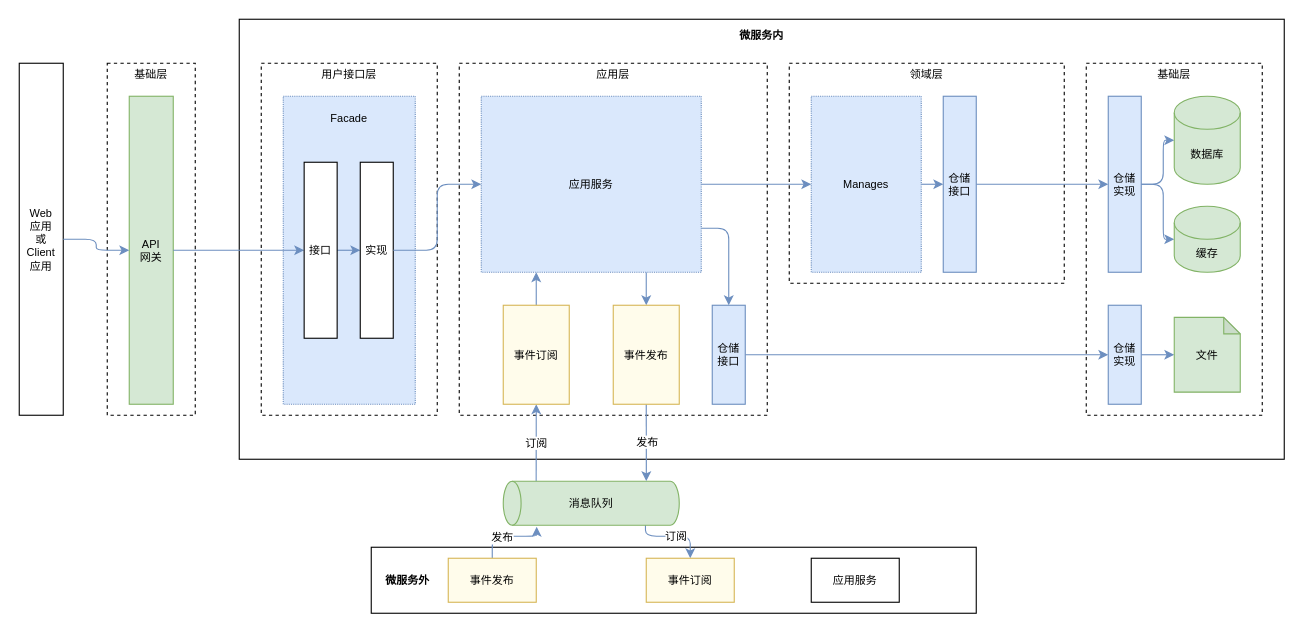
Earlier version of the draw.io diagram leyan/policy/Policy系统分层设计图2.drawio (GeekKwok/UML). Source tidied: cells renumbered, new cells numbered last; positions are measured from the earlier drawing's top-left corner, leaving out a move shared by most shapes. Both pictures are drawn from the tidied source at 110%, with x=0, y=0 at pixel (19, 19).
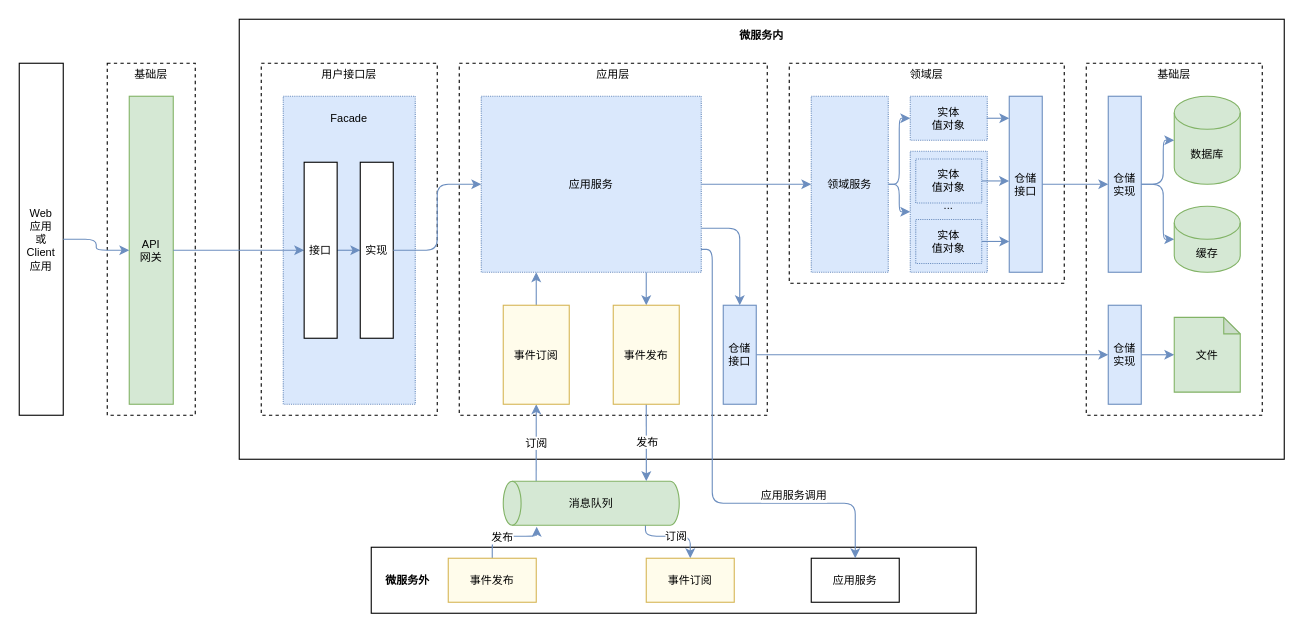
Above is the later version.

Commit message (it also covers changes not shown here):
Update Policy系统分层设计图2.drawio

Unchanged cells that the change refers to:
```xml
<mxCell id="16" value="应用服务" style="rounded=0;whiteSpace=wrap;html=1;fontSize=10;fillColor=#dae8fc;strokeColor=#6c8ebf;dashed=1;dashPattern=1 1;" parent="1" vertex="1">
  <mxGeometry x="420" y="70" width="200" height="160" as="geometry" />
</mxCell>
<mxCell id="46" value="应用服务" style="rounded=0;whiteSpace=wrap;html=1;fontSize=10;sketch=0;" parent="1" vertex="1">
  <mxGeometry x="720" y="490" width="80" height="40" as="geometry" />
</mxCell>
```

Diff of the diagram source:
```diff
@@
+    <mxCell id="4" value="&lt;b&gt;微服务内&lt;/b&gt;&lt;br&gt;&lt;br&gt;&lt;br&gt;&lt;br&gt;&lt;br&gt;&lt;br&gt;&lt;br&gt;&lt;br&gt;&lt;br&gt;&lt;br&gt;&lt;br&gt;&lt;br&gt;&lt;br&gt;&lt;br&gt;&lt;br&gt;&lt;br&gt;&lt;br&gt;&lt;br&gt;&lt;br&gt;&lt;br&gt;&lt;br&gt;&lt;br&gt;&lt;br&gt;&lt;br&gt;&lt;br&gt;&lt;br&gt;&lt;br&gt;&lt;br&gt;&lt;br&gt;&lt;br&gt;&lt;br&gt;&lt;br&gt;" style="rounded=0;whiteSpace=wrap;html=1;fontSize=10;sketch=0;shadow=0;" parent="1" vertex="1">
+      <mxGeometry x="200" width="950" height="400" as="geometry" />
+    </mxCell>
+    <mxCell id="9" value="领域层&lt;br&gt;&lt;br&gt;&lt;br&gt;&lt;br&gt;&lt;br&gt;&lt;br&gt;&lt;br&gt;&lt;br style=&quot;font-size: 10px&quot;&gt;&lt;br style=&quot;font-size: 10px&quot;&gt;&lt;br style=&quot;font-size: 10px&quot;&gt;&lt;br style=&quot;font-size: 10px&quot;&gt;&lt;br style=&quot;font-size: 10px&quot;&gt;&lt;br style=&quot;font-size: 10px&quot;&gt;&lt;br&gt;&lt;br&gt;&lt;br style=&quot;font-size: 10px&quot;&gt;" style="rounded=0;whiteSpace=wrap;html=1;fontSize=10;dashed=1;" parent="1" vertex="1">
+      <mxGeometry x="700" y="40" width="250" height="200" as="geometry" />
+    </mxCell>
+    <mxCell id="52" value="...&lt;br&gt;&lt;br&gt;" style="rounded=0;whiteSpace=wrap;html=1;fontSize=10;fillColor=#dae8fc;strokeColor=#6c8ebf;dashed=1;dashPattern=1 1;" parent="1" vertex="1">
+      <mxGeometry x="810" y="120" width="70" height="110" as="geometry" />
+    </mxCell>
@@
-    <mxCell id="4" value="&lt;b&gt;微服务内&lt;/b&gt;&lt;br&gt;&lt;br&gt;&lt;br&gt;&lt;br&gt;&lt;br&gt;&lt;br&gt;&lt;br&gt;&lt;br&gt;&lt;br&gt;&lt;br&gt;&lt;br&gt;&lt;br&gt;&lt;br&gt;&lt;br&gt;&lt;br&gt;&lt;br&gt;&lt;br&gt;&lt;br&gt;&lt;br&gt;&lt;br&gt;&lt;br&gt;&lt;br&gt;&lt;br&gt;&lt;br&gt;&lt;br&gt;&lt;br&gt;&lt;br&gt;&lt;br&gt;&lt;br&gt;&lt;br&gt;&lt;br&gt;&lt;br&gt;" style="rounded=0;whiteSpace=wrap;html=1;fontSize=10;sketch=0;shadow=0;" parent="1" vertex="1">
-      <mxGeometry x="200" width="950" height="400" as="geometry" />
-    </mxCell>
@@
-    <mxCell id="9" value="领域层&lt;br&gt;&lt;br&gt;&lt;br&gt;&lt;br&gt;&lt;br&gt;&lt;br&gt;&lt;br&gt;&lt;br style=&quot;font-size: 10px&quot;&gt;&lt;br style=&quot;font-size: 10px&quot;&gt;&lt;br style=&quot;font-size: 10px&quot;&gt;&lt;br style=&quot;font-size: 10px&quot;&gt;&lt;br style=&quot;font-size: 10px&quot;&gt;&lt;br style=&quot;font-size: 10px&quot;&gt;&lt;br&gt;&lt;br&gt;&lt;br style=&quot;font-size: 10px&quot;&gt;" style="rounded=0;whiteSpace=wrap;html=1;fontSize=10;dashed=1;" parent="1" vertex="1">
-      <mxGeometry x="700" y="40" width="250" height="200" as="geometry" />
-    </mxCell>
@@
     <mxCell id="18" value="仓储接口" style="rounded=0;whiteSpace=wrap;html=1;fontSize=10;fillColor=#dae8fc;strokeColor=#6c8ebf;" parent="1" vertex="1">
-      <mxGeometry x="630" y="260" width="30" height="90" as="geometry" />
+      <mxGeometry x="640" y="260" width="30" height="90" as="geometry" />
     </mxCell>
-    <mxCell id="19" style="edgeStyle=orthogonalEdgeStyle;rounded=1;jettySize=auto;html=1;exitX=1;exitY=0.5;exitDx=0;exitDy=0;entryX=0;entryY=0.5;entryDx=0;entryDy=0;fontSize=10;startArrow=none;startFill=0;fillColor=#dae8fc;strokeColor=#6c8ebf;" parent="1" edge="1" source="20" target="22">
-      <mxGeometry relative="1" as="geometry" />
-    </mxCell>
+    <mxCell id="53" style="edgeStyle=orthogonalEdgeStyle;rounded=1;jettySize=auto;html=1;exitX=1;exitY=0.5;exitDx=0;exitDy=0;entryX=0;entryY=0.5;entryDx=0;entryDy=0;endArrow=classic;endFill=1;fillColor=#dae8fc;strokeColor=#6c8ebf;" parent="1" edge="1" source="20" target="52">
+      <mxGeometry relative="1" as="geometry">
+        <Array as="points">
+          <mxPoint x="800" y="150" />
+          <mxPoint x="800" y="175" />
+        </Array>
+      </mxGeometry>
+    </mxCell>
-    <mxCell id="20" value="Manages" style="rounded=0;whiteSpace=wrap;html=1;fontSize=10;fillColor=#dae8fc;strokeColor=#6c8ebf;dashed=1;dashPattern=1 1;" parent="1" vertex="1">
-      <mxGeometry x="720" y="70" width="100" height="160" as="geometry" />
+    <mxCell id="20" value="领域服务" style="rounded=0;whiteSpace=wrap;html=1;fontSize=10;fillColor=#dae8fc;strokeColor=#6c8ebf;dashed=1;dashPattern=1 1;" parent="1" vertex="1">
+      <mxGeometry x="720" y="70" width="70" height="160" as="geometry" />
     </mxCell>
@@
     <mxCell id="22" value="仓储接口" style="rounded=0;whiteSpace=wrap;html=1;fontSize=10;fillColor=#dae8fc;strokeColor=#6c8ebf;" parent="1" vertex="1">
-      <mxGeometry x="840" y="70" width="30" height="160" as="geometry" />
+      <mxGeometry x="900" y="70" width="30" height="160" as="geometry" />
     </mxCell>
@@
+    <mxCell id="54" value="实体&lt;br&gt;值对象" style="rounded=0;whiteSpace=wrap;html=1;fontSize=10;fillColor=#dae8fc;strokeColor=#6c8ebf;dashed=1;dashPattern=1 1;" parent="1" vertex="1">
+      <mxGeometry x="810" y="70" width="70" height="40" as="geometry" />
+    </mxCell>
+    <mxCell id="55" value="实体&lt;br&gt;值对象" style="rounded=0;whiteSpace=wrap;html=1;fontSize=10;fillColor=#dae8fc;strokeColor=#6c8ebf;dashed=1;dashPattern=1 1;" parent="1" vertex="1">
+      <mxGeometry x="815" y="127" width="60" height="40" as="geometry" />
+    </mxCell>
+    <mxCell id="56" style="edgeStyle=orthogonalEdgeStyle;rounded=1;jettySize=auto;html=1;exitX=1;exitY=0.5;exitDx=0;exitDy=0;entryX=0;entryY=0.5;entryDx=0;entryDy=0;fontSize=10;startArrow=none;startFill=0;fillColor=#dae8fc;strokeColor=#6c8ebf;endArrow=classic;endFill=1;" parent="1" edge="1" source="20" target="54">
+      <mxGeometry relative="1" as="geometry">
+        <Array as="points">
+          <mxPoint x="800" y="150" />
+          <mxPoint x="800" y="90" />
+        </Array>
+      </mxGeometry>
+    </mxCell>
+    <mxCell id="57" value="实体&lt;br&gt;值对象" style="rounded=0;whiteSpace=wrap;html=1;fontSize=10;fillColor=#dae8fc;strokeColor=#6c8ebf;dashed=1;dashPattern=1 1;" parent="1" vertex="1">
+      <mxGeometry x="815" y="182" width="60" height="40" as="geometry" />
+    </mxCell>
+    <mxCell id="58" style="edgeStyle=orthogonalEdgeStyle;rounded=1;jettySize=auto;html=1;exitX=1;exitY=0.5;exitDx=0;exitDy=0;fontSize=10;startArrow=none;startFill=0;fillColor=#dae8fc;strokeColor=#6c8ebf;" parent="1" edge="1" source="57">
+      <mxGeometry relative="1" as="geometry">
+        <mxPoint x="900" y="202" as="targetPoint" />
+      </mxGeometry>
+    </mxCell>
+    <mxCell id="59" style="edgeStyle=orthogonalEdgeStyle;rounded=1;jettySize=auto;html=1;exitX=1;exitY=0.5;exitDx=0;exitDy=0;fontSize=10;startArrow=none;startFill=0;fillColor=#dae8fc;strokeColor=#6c8ebf;entryX=-0.008;entryY=0.48;entryDx=0;entryDy=0;entryPerimeter=0;" parent="1" edge="1" source="55" target="22">
+      <mxGeometry relative="1" as="geometry" />
+    </mxCell>
+    <mxCell id="60" style="edgeStyle=orthogonalEdgeStyle;rounded=1;jettySize=auto;html=1;exitX=0.993;exitY=0.5;exitDx=0;exitDy=0;fontSize=10;startArrow=none;startFill=0;fillColor=#dae8fc;strokeColor=#6c8ebf;exitPerimeter=0;" parent="1" edge="1" source="54">
+      <mxGeometry relative="1" as="geometry">
+        <mxPoint x="900" y="90" as="targetPoint" />
+      </mxGeometry>
+    </mxCell>
+    <mxCell id="61" style="edgeStyle=orthogonalEdgeStyle;rounded=1;jettySize=auto;html=1;exitX=0.999;exitY=0.87;exitDx=0;exitDy=0;endArrow=classic;endFill=1;fillColor=#dae8fc;strokeColor=#6c8ebf;exitPerimeter=0;" parent="1" edge="1" source="16" target="46">
+      <mxGeometry relative="1" as="geometry">
+        <Array as="points">
+          <mxPoint x="630" y="209" />
+          <mxPoint x="630" y="440" />
+          <mxPoint x="760" y="440" />
+        </Array>
+      </mxGeometry>
+    </mxCell>
+    <mxCell id="62" value="应用服务调用" style="edgeLabel;html=1;align=center;verticalAlign=middle;fontSize=10;" parent="61" vertex="1">
+      <mxGeometry x="0.65" y="1" relative="1" as="geometry">
+        <mxPoint x="-33" y="-7" as="offset" />
+      </mxGeometry>
+    </mxCell>
```
